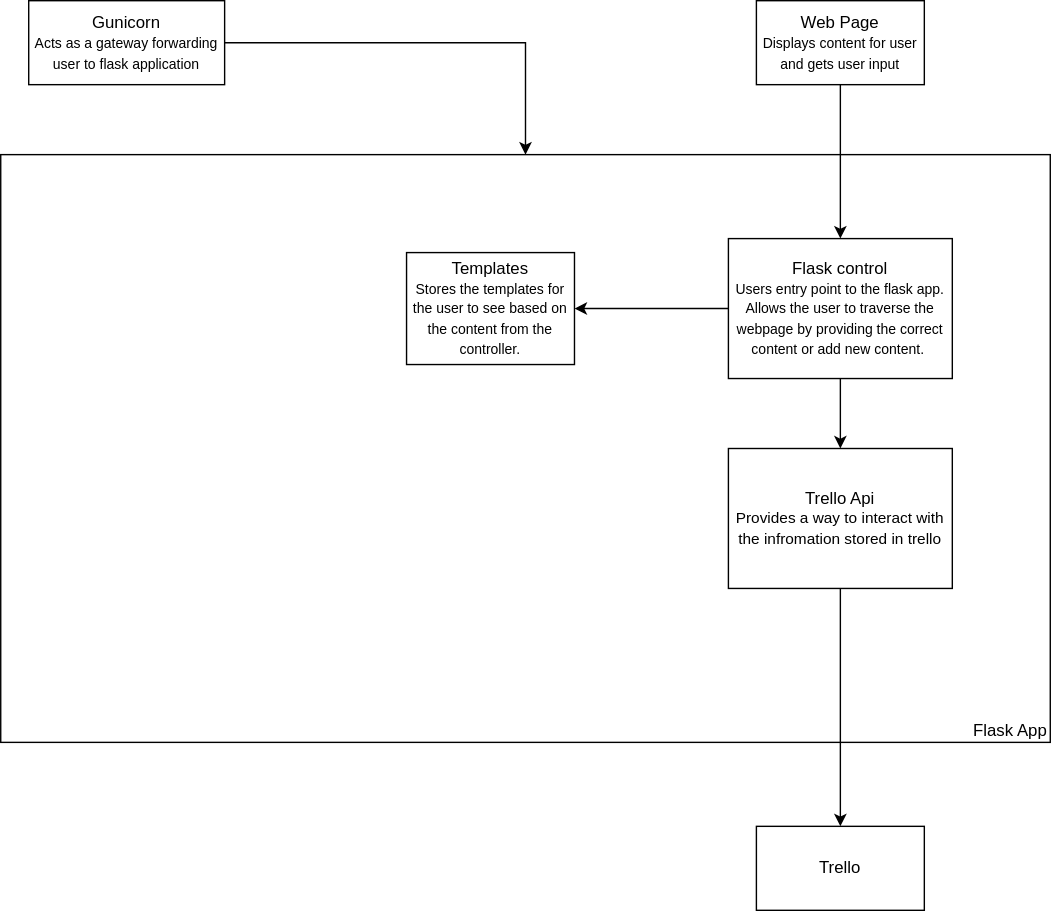
Above: documentation/Component.svg in Karrot96/DevOps-Course-Starter (draw.io), before the change. Source tidied: cells renumbered, new cells last; positions are measured from the earlier drawing's top-left corner, leaving out a move shared by most shapes.
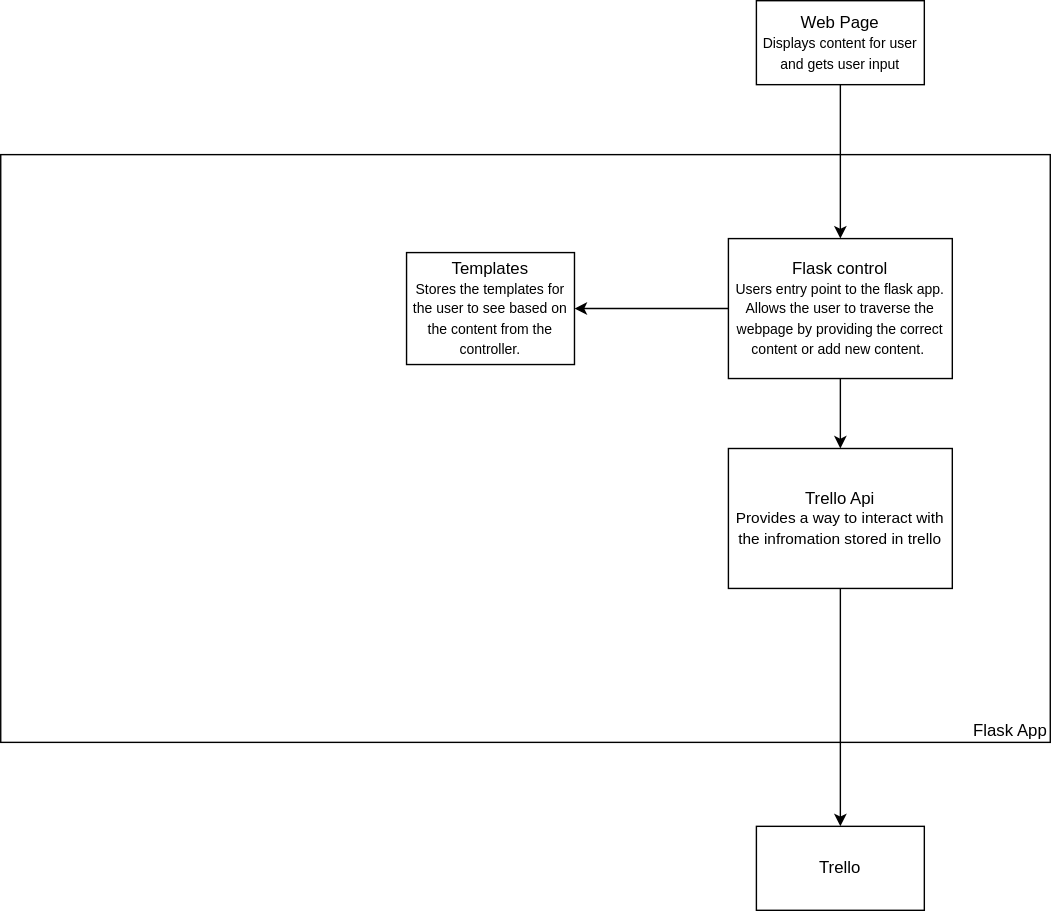
Above is the later version.

Commit message:
Better Diagrams

The edit, as a diff of the source:
```diff
@@ -2,16 +2,6 @@
   <root>
     <mxCell id="0" />
     <mxCell id="1" parent="0" />
-    <mxCell id="2" style="edgeStyle=orthogonalEdgeStyle;rounded=0;jettySize=auto;html=1;" parent="1" edge="1" source="3" target="5">
-      <mxGeometry relative="1" as="geometry">
-        <Array as="points">
-          <mxPoint x="375" y="30" />
-        </Array>
-      </mxGeometry>
-    </mxCell>
-    <mxCell id="3" value="Gunicorn&lt;br style=&quot;font-size: 11px&quot;&gt;&lt;font size=&quot;1&quot;&gt;Acts as a gateway forwarding user to flask application&lt;/font&gt;" style="rounded=0;whiteSpace=wrap;html=1;" parent="1" vertex="1">
-      <mxGeometry x="20" width="140" height="60" as="geometry" />
-    </mxCell>
     <mxCell id="4" value="Web Page&lt;br style=&quot;font-size: 11px&quot;&gt;&lt;font size=&quot;1&quot;&gt;Displays content for user and gets user input&lt;/font&gt;" style="rounded=0;whiteSpace=wrap;html=1;" parent="1" vertex="1">
       <mxGeometry x="540" width="120" height="60" as="geometry" />
     </mxCell>
```
